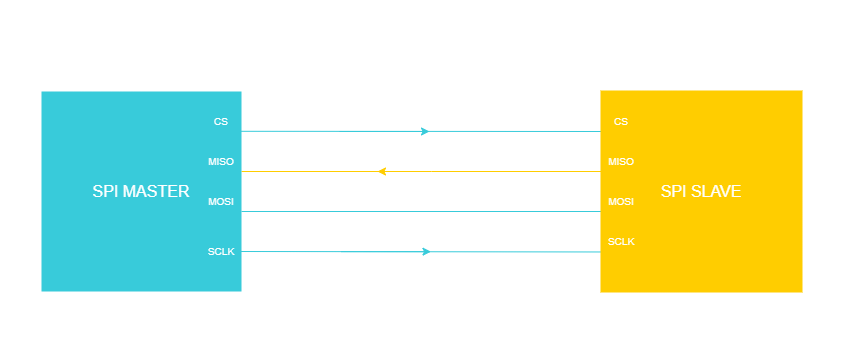
Above: draw.io/PE Articles/General knowledge/Fundamentals/SPI 101 A Beginner's Guide To Serial Communication/SPI four wire (PE).png in PLAY-Embedded/pe_assets (draw.io), before the change. Source tidied: cells renumbered, new cells last; positions are measured from the earlier drawing's top-left corner, leaving out a move shared by most shapes. The source it was exported from:
```xml
<mxGraphModel background="#ffffff">
  <root>
    <mxCell id="0" />
    <mxCell id="1" parent="0" />
    <mxCell id="2" style="endArrow=none;html=1;strokeWidth=1;exitX=1;exitY=1;strokeColor=#38CBDA;fillColor=#38CBDA;exitDx=0;exitDy=0;strokeOpacity=100;" parent="1" edge="1" source="10">
      <mxGeometry relative="1" as="geometry">
        <mxPoint x="600" y="210" as="targetPoint" />
      </mxGeometry>
    </mxCell>
    <mxCell id="3" style="rounded=0;whiteSpace=wrap;html=1;strokeColor=none;strokeWidth=2;fontFamily=Arial;fontSize=12;fontColor=#FFFFFF;fillColor=none;" parent="1" vertex="1">
      <mxGeometry width="840" height="360" as="geometry" />
    </mxCell>
    <mxCell id="4" style="endArrow=none;html=1;strokeWidth=1;exitX=1;exitY=1;strokeColor=#FFCD00;fillColor=#FFCD00;exitDx=0;exitDy=0;strokeOpacity=100;" parent="1" edge="1" source="9">
      <mxGeometry relative="1" as="geometry">
        <mxPoint x="600" y="170" as="targetPoint" />
        <Array as="points">
          <mxPoint x="420" y="170" />
        </Array>
      </mxGeometry>
    </mxCell>
    <mxCell id="5" style="endArrow=none;html=1;strokeWidth=1;exitX=0.998;exitY=0.199;strokeColor=#38CBDA;entryX=0;entryY=1;entryDx=0;entryDy=0;fillColor=#38CBDA;exitDx=0;exitDy=0;exitPerimeter=0;strokeOpacity=100;fillOpacity=100;" parent="1" edge="1" source="7" target="17">
      <mxGeometry relative="1" as="geometry" />
    </mxCell>
    <mxCell id="6" style="group;" parent="1" vertex="1">
      <mxGeometry x="40" y="90" width="200" height="200" as="geometry" />
    </mxCell>
    <mxCell id="7" value="&lt;font style=&quot;font-size: 16px;&quot;&gt;SPI MASTER&lt;/font&gt;" style="whiteSpace=wrap;html=1;strokeColor=none;strokeWidth=2;fontFamily=Arial;fontSize=12;fontColor=#FFFFFF;fillColor=#38CBDA;align=center;" parent="6" vertex="1">
      <mxGeometry width="200" height="200" as="geometry" />
    </mxCell>
    <mxCell id="8" value="&lt;font style=&quot;font-size: 10px;&quot; color=&quot;#ffffff&quot;&gt;CS&lt;/font&gt;" style="rounded=0;whiteSpace=wrap;html=1;strokeColor=none;strokeWidth=2;fillColor=none;fontColor=#6c5000;" parent="6" vertex="1">
      <mxGeometry x="160" y="20" width="40" height="20" as="geometry" />
    </mxCell>
    <mxCell id="9" value="&lt;font style=&quot;font-size: 10px;&quot; color=&quot;#ffffff&quot;&gt;MISO&lt;/font&gt;" style="rounded=0;whiteSpace=wrap;html=1;strokeColor=none;strokeWidth=2;fillColor=none;fontColor=#8CE030;" parent="6" vertex="1">
      <mxGeometry x="160" y="60" width="40" height="20" as="geometry" />
    </mxCell>
    <mxCell id="10" value="&lt;font style=&quot;font-size: 10px;&quot; color=&quot;#ffffff&quot;&gt;MOSI&lt;/font&gt;" style="rounded=0;whiteSpace=wrap;html=1;strokeColor=none;strokeWidth=2;fillColor=none;fontColor=#ff0090;labelBackgroundColor=none;" parent="6" vertex="1">
      <mxGeometry x="160" y="100" width="40" height="20" as="geometry" />
    </mxCell>
    <mxCell id="11" value="&lt;font style=&quot;font-size: 10px;&quot; color=&quot;#ffffff&quot;&gt;SCLK&lt;/font&gt;" style="rounded=0;whiteSpace=wrap;html=1;strokeColor=none;strokeWidth=2;fillColor=none;fontColor=#38C5D8;" parent="6" vertex="1">
      <mxGeometry x="160" y="149.6" width="40" height="20" as="geometry" />
    </mxCell>
    <mxCell id="12" style="endArrow=classic;html=1;rounded=0;strokeColor=#38CBDA;strokeWidth=1;fontFamily=Arial;fontSize=16;fontColor=#FFFFFF;fillColor=#38CBDA;targetPerimeterSpacing=1;" parent="1" edge="1">
      <mxGeometry relative="1" as="geometry">
        <mxPoint x="338" y="130" as="sourcePoint" />
        <mxPoint x="428" y="130" as="targetPoint" />
      </mxGeometry>
    </mxCell>
    <mxCell id="13" style="endArrow=classic;html=1;rounded=0;strokeColor=#FFCD00;strokeWidth=1;fontFamily=Arial;fontSize=16;fontColor=#FFFFFF;fillColor=#FFCD00;sourcePerimeterSpacing=1;" parent="1" edge="1">
      <mxGeometry relative="1" as="geometry">
        <mxPoint x="426" y="170" as="sourcePoint" />
        <mxPoint x="376" y="170" as="targetPoint" />
      </mxGeometry>
    </mxCell>
    <mxCell id="14" style="endArrow=none;html=1;strokeWidth=1;exitX=0.99;exitY=0.563;strokeColor=#38CBDA;entryX=0.013;entryY=0.565;entryDx=0;entryDy=0;fillColor=#38CBDA;exitDx=0;exitDy=0;strokeOpacity=100;exitPerimeter=0;entryPerimeter=0;" parent="1" edge="1">
      <mxGeometry relative="1" as="geometry">
        <mxPoint x="239.1" y="250" as="sourcePoint" />
        <mxPoint x="600" y="250.5" as="targetPoint" />
      </mxGeometry>
    </mxCell>
    <mxCell id="15" style="endArrow=classic;html=1;rounded=0;strokeColor=#38CBDA;strokeWidth=1;fontFamily=Arial;fontSize=16;fontColor=#FFFFFF;fillColor=#38CBDA;targetPerimeterSpacing=1;" parent="1" edge="1">
      <mxGeometry relative="1" as="geometry">
        <mxPoint x="339.5" y="250.2" as="sourcePoint" />
        <mxPoint x="429.5" y="250.2" as="targetPoint" />
      </mxGeometry>
    </mxCell>
    <mxCell id="16" value="&lt;font style=&quot;font-size: 16px;&quot;&gt;SPI SLAVE&lt;/font&gt;" style="whiteSpace=wrap;html=1;strokeColor=#FFCD00;strokeWidth=2;fontFamily=Arial;fontSize=12;fontColor=#FFFFFF;fillColor=#FFCD00;" parent="1" vertex="1">
      <mxGeometry x="600" y="90" width="200" height="200" as="geometry" />
    </mxCell>
    <mxCell id="17" value="&lt;font style=&quot;font-size: 10px;&quot; color=&quot;#ffffff&quot;&gt;CS&lt;/font&gt;" style="rounded=0;whiteSpace=wrap;html=1;strokeColor=none;strokeWidth=2;fillColor=none;fontColor=#6c5000;" parent="1" vertex="1">
      <mxGeometry x="600" y="110" width="40" height="20" as="geometry" />
    </mxCell>
    <mxCell id="18" value="&lt;font style=&quot;font-size: 10px;&quot; color=&quot;#ffffff&quot;&gt;MISO&lt;/font&gt;" style="rounded=0;whiteSpace=wrap;html=1;strokeColor=none;strokeWidth=2;fillColor=none;fontColor=#8CE030;" parent="1" vertex="1">
      <mxGeometry x="600" y="150" width="40" height="20" as="geometry" />
    </mxCell>
    <mxCell id="19" value="&lt;font style=&quot;font-size: 10px;&quot; color=&quot;#ffffff&quot;&gt;MOSI&lt;/font&gt;" style="rounded=0;whiteSpace=wrap;html=1;strokeColor=none;strokeWidth=2;fillColor=none;fontColor=#ff0090;labelBackgroundColor=none;" parent="1" vertex="1">
      <mxGeometry x="600" y="190" width="40" height="20" as="geometry" />
    </mxCell>
    <mxCell id="20" value="&lt;font style=&quot;font-size: 10px;&quot; color=&quot;#ffffff&quot;&gt;SCLK&lt;/font&gt;" style="rounded=0;whiteSpace=wrap;html=1;strokeColor=none;strokeWidth=2;fillColor=none;fontColor=#38C5D8;" parent="1" vertex="1">
      <mxGeometry x="600" y="230" width="40" height="20" as="geometry" />
    </mxCell>
  </root>
</mxGraphModel>
```
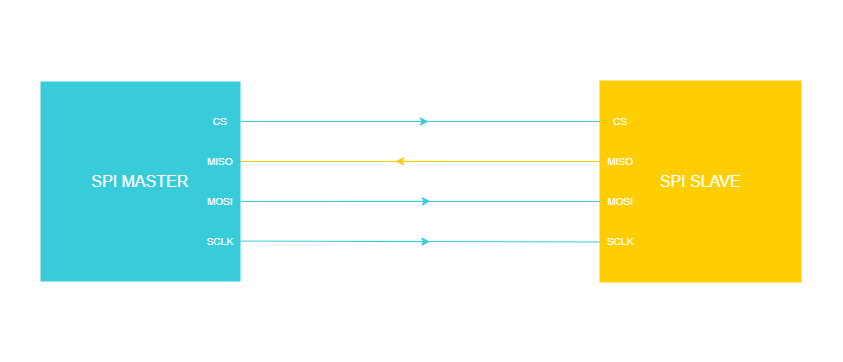
Above is the later version.

Commit message:
new spi four wire

What changed in the source:
```diff
@@ -2,69 +2,63 @@
   <root>
     <mxCell id="0" />
     <mxCell id="1" parent="0" />
-    <mxCell id="2" style="endArrow=none;html=1;strokeWidth=1;exitX=1;exitY=1;strokeColor=#38CBDA;fillColor=#38CBDA;exitDx=0;exitDy=0;strokeOpacity=100;" parent="1" edge="1" source="10">
+    <mxCell id="2" style="endArrow=none;html=1;strokeWidth=1;strokeColor=#38CBDA;fillColor=#38CBDA;strokeOpacity=100;exitX=1;exitY=0.5;exitDx=0;exitDy=0;" parent="1" edge="1" source="10">
       <mxGeometry relative="1" as="geometry">
-        <mxPoint x="600" y="210" as="targetPoint" />
+        <mxPoint x="600" y="200" as="targetPoint" />
       </mxGeometry>
     </mxCell>
     <mxCell id="3" style="rounded=0;whiteSpace=wrap;html=1;strokeColor=none;strokeWidth=2;fontFamily=Arial;fontSize=12;fontColor=#FFFFFF;fillColor=none;" parent="1" vertex="1">
       <mxGeometry width="840" height="360" as="geometry" />
     </mxCell>
-    <mxCell id="4" style="endArrow=none;html=1;strokeWidth=1;exitX=1;exitY=1;strokeColor=#FFCD00;fillColor=#FFCD00;exitDx=0;exitDy=0;strokeOpacity=100;" parent="1" edge="1" source="9">
-      <mxGeometry relative="1" as="geometry">
-        <mxPoint x="600" y="170" as="targetPoint" />
-        <Array as="points">
-          <mxPoint x="420" y="170" />
-        </Array>
-      </mxGeometry>
+    <mxCell id="4" style="endArrow=none;html=1;strokeWidth=1;strokeColor=#FFCD00;fillColor=#FFCD00;strokeOpacity=100;entryX=0;entryY=0.5;entryDx=0;entryDy=0;exitX=1;exitY=0.5;exitDx=0;exitDy=0;" parent="1" edge="1" source="9" target="18">
+      <mxGeometry relative="1" as="geometry" />
     </mxCell>
-    <mxCell id="5" style="endArrow=none;html=1;strokeWidth=1;exitX=0.998;exitY=0.199;strokeColor=#38CBDA;entryX=0;entryY=1;entryDx=0;entryDy=0;fillColor=#38CBDA;exitDx=0;exitDy=0;exitPerimeter=0;strokeOpacity=100;fillOpacity=100;" parent="1" edge="1" source="7" target="17">
+    <mxCell id="5" style="endArrow=none;html=1;strokeWidth=1;strokeColor=#38CBDA;entryX=0;entryY=0.5;entryDx=0;entryDy=0;fillColor=#38CBDA;strokeOpacity=100;fillOpacity=100;exitX=1;exitY=0.5;exitDx=0;exitDy=0;" parent="1" edge="1" source="8" target="17">
       <mxGeometry relative="1" as="geometry" />
     </mxCell>
     <mxCell id="6" style="group;" parent="1" vertex="1">
-      <mxGeometry x="40" y="90" width="200" height="200" as="geometry" />
+      <mxGeometry x="40" y="80" width="200" height="200" as="geometry" />
     </mxCell>
     <mxCell id="7" value="&lt;font style=&quot;font-size: 16px;&quot;&gt;SPI MASTER&lt;/font&gt;" style="whiteSpace=wrap;html=1;strokeColor=none;strokeWidth=2;fontFamily=Arial;fontSize=12;fontColor=#FFFFFF;fillColor=#38CBDA;align=center;" parent="6" vertex="1">
       <mxGeometry width="200" height="200" as="geometry" />
     </mxCell>
     <mxCell id="8" value="&lt;font style=&quot;font-size: 10px;&quot; color=&quot;#ffffff&quot;&gt;CS&lt;/font&gt;" style="rounded=0;whiteSpace=wrap;html=1;strokeColor=none;strokeWidth=2;fillColor=none;fontColor=#6c5000;" parent="6" vertex="1">
-      <mxGeometry x="160" y="20" width="40" height="20" as="geometry" />
+      <mxGeometry x="160" y="30" width="40" height="20" as="geometry" />
     </mxCell>
     <mxCell id="9" value="&lt;font style=&quot;font-size: 10px;&quot; color=&quot;#ffffff&quot;&gt;MISO&lt;/font&gt;" style="rounded=0;whiteSpace=wrap;html=1;strokeColor=none;strokeWidth=2;fillColor=none;fontColor=#8CE030;" parent="6" vertex="1">
-      <mxGeometry x="160" y="60" width="40" height="20" as="geometry" />
+      <mxGeometry x="160" y="70" width="40" height="20" as="geometry" />
     </mxCell>
     <mxCell id="10" value="&lt;font style=&quot;font-size: 10px;&quot; color=&quot;#ffffff&quot;&gt;MOSI&lt;/font&gt;" style="rounded=0;whiteSpace=wrap;html=1;strokeColor=none;strokeWidth=2;fillColor=none;fontColor=#ff0090;labelBackgroundColor=none;" parent="6" vertex="1">
-      <mxGeometry x="160" y="100" width="40" height="20" as="geometry" />
+      <mxGeometry x="160" y="110" width="40" height="20" as="geometry" />
     </mxCell>
     <mxCell id="11" value="&lt;font style=&quot;font-size: 10px;&quot; color=&quot;#ffffff&quot;&gt;SCLK&lt;/font&gt;" style="rounded=0;whiteSpace=wrap;html=1;strokeColor=none;strokeWidth=2;fillColor=none;fontColor=#38C5D8;" parent="6" vertex="1">
       <mxGeometry x="160" y="149.6" width="40" height="20" as="geometry" />
     </mxCell>
     <mxCell id="12" style="endArrow=classic;html=1;rounded=0;strokeColor=#38CBDA;strokeWidth=1;fontFamily=Arial;fontSize=16;fontColor=#FFFFFF;fillColor=#38CBDA;targetPerimeterSpacing=1;" parent="1" edge="1">
       <mxGeometry relative="1" as="geometry">
-        <mxPoint x="338" y="130" as="sourcePoint" />
-        <mxPoint x="428" y="130" as="targetPoint" />
+        <mxPoint x="338" y="120" as="sourcePoint" />
+        <mxPoint x="428" y="120" as="targetPoint" />
       </mxGeometry>
     </mxCell>
     <mxCell id="13" style="endArrow=classic;html=1;rounded=0;strokeColor=#FFCD00;strokeWidth=1;fontFamily=Arial;fontSize=16;fontColor=#FFFFFF;fillColor=#FFCD00;sourcePerimeterSpacing=1;" parent="1" edge="1">
       <mxGeometry relative="1" as="geometry">
-        <mxPoint x="426" y="170" as="sourcePoint" />
-        <mxPoint x="376" y="170" as="targetPoint" />
+        <mxPoint x="445" y="159.9" as="sourcePoint" />
+        <mxPoint x="395" y="159.9" as="targetPoint" />
       </mxGeometry>
     </mxCell>
-    <mxCell id="14" style="endArrow=none;html=1;strokeWidth=1;exitX=0.99;exitY=0.563;strokeColor=#38CBDA;entryX=0.013;entryY=0.565;entryDx=0;entryDy=0;fillColor=#38CBDA;exitDx=0;exitDy=0;strokeOpacity=100;exitPerimeter=0;entryPerimeter=0;" parent="1" edge="1">
+    <mxCell id="14" style="endArrow=none;html=1;strokeWidth=1;strokeColor=#38CBDA;entryX=0.013;entryY=0.565;entryDx=0;entryDy=0;fillColor=#38CBDA;strokeOpacity=100;entryPerimeter=0;exitX=1;exitY=0.5;exitDx=0;exitDy=0;" parent="1" edge="1" source="11">
       <mxGeometry relative="1" as="geometry">
-        <mxPoint x="239.1" y="250" as="sourcePoint" />
-        <mxPoint x="600" y="250.5" as="targetPoint" />
+        <mxPoint x="600" y="240.5" as="targetPoint" />
       </mxGeometry>
     </mxCell>
     <mxCell id="15" style="endArrow=classic;html=1;rounded=0;strokeColor=#38CBDA;strokeWidth=1;fontFamily=Arial;fontSize=16;fontColor=#FFFFFF;fillColor=#38CBDA;targetPerimeterSpacing=1;" parent="1" edge="1">
       <mxGeometry relative="1" as="geometry">
-        <mxPoint x="339.5" y="250.2" as="sourcePoint" />
-        <mxPoint x="429.5" y="250.2" as="targetPoint" />
+        <mxPoint x="350" y="240" as="sourcePoint" />
+        <mxPoint x="429.5" y="240.2" as="targetPoint" />
       </mxGeometry>
     </mxCell>
     <mxCell id="16" value="&lt;font style=&quot;font-size: 16px;&quot;&gt;SPI SLAVE&lt;/font&gt;" style="whiteSpace=wrap;html=1;strokeColor=#FFCD00;strokeWidth=2;fontFamily=Arial;fontSize=12;fontColor=#FFFFFF;fillColor=#FFCD00;" parent="1" vertex="1">
-      <mxGeometry x="600" y="90" width="200" height="200" as="geometry" />
+      <mxGeometry x="600" y="80" width="200" height="200" as="geometry" />
     </mxCell>
     <mxCell id="17" value="&lt;font style=&quot;font-size: 10px;&quot; color=&quot;#ffffff&quot;&gt;CS&lt;/font&gt;" style="rounded=0;whiteSpace=wrap;html=1;strokeColor=none;strokeWidth=2;fillColor=none;fontColor=#6c5000;" parent="1" vertex="1">
       <mxGeometry x="600" y="110" width="40" height="20" as="geometry" />
@@ -78,5 +72,11 @@
     <mxCell id="20" value="&lt;font style=&quot;font-size: 10px;&quot; color=&quot;#ffffff&quot;&gt;SCLK&lt;/font&gt;" style="rounded=0;whiteSpace=wrap;html=1;strokeColor=none;strokeWidth=2;fillColor=none;fontColor=#38C5D8;" parent="1" vertex="1">
       <mxGeometry x="600" y="230" width="40" height="20" as="geometry" />
     </mxCell>
+    <mxCell id="21" style="endArrow=classic;html=1;rounded=0;strokeColor=#38CBDA;strokeWidth=1;fontFamily=Arial;fontSize=16;fontColor=#FFFFFF;fillColor=#38CBDA;targetPerimeterSpacing=1;" parent="1" edge="1">
+      <mxGeometry relative="1" as="geometry">
+        <mxPoint x="340" y="199.9" as="sourcePoint" />
+        <mxPoint x="430" y="199.9" as="targetPoint" />
+      </mxGeometry>
+    </mxCell>
   </root>
 </mxGraphModel>
```
